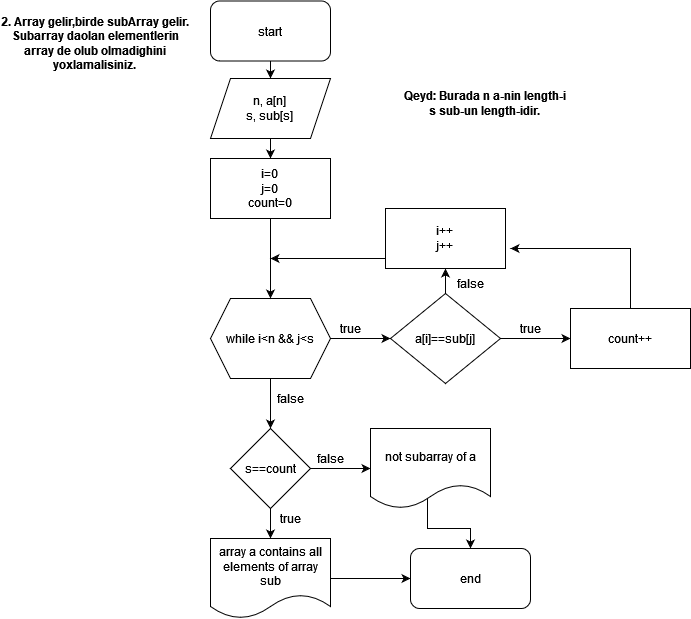
This is task2/task2.png from ibrahimaliyevv2/HometasksFlowChartBigOnotation, a draw.io export, as it was before one commit. Source tidied: cells renumbered, new cells last; positions are measured from the earlier drawing's top-left corner, leaving out a move shared by most shapes.
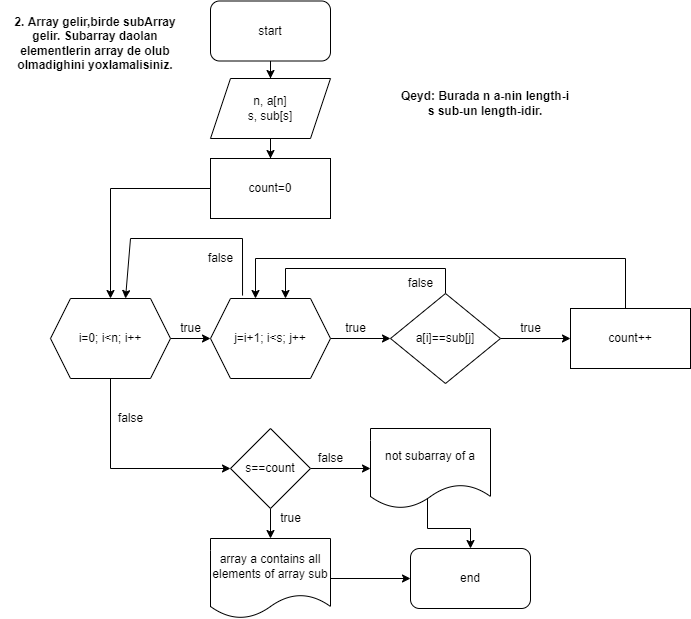
After the change.

What changed in the source:
```diff
@@ -17,51 +17,45 @@
     <mxCell id="6" value="&lt;div&gt;n, a[n]&lt;/div&gt;&lt;div&gt;s, sub[s]&lt;br&gt;&lt;/div&gt;" style="shape=parallelogram;perimeter=parallelogramPerimeter;whiteSpace=wrap;html=1;fixedSize=1;" parent="1" vertex="1">
       <mxGeometry x="210" y="78" width="120" height="60" as="geometry" />
     </mxCell>
-    <mxCell id="7" style="edgeStyle=orthogonalEdgeStyle;rounded=0;jettySize=auto;html=1;" parent="1" edge="1" source="9" target="14">
-      <mxGeometry relative="1" as="geometry" />
-    </mxCell>
+    <mxCell id="34" style="edgeStyle=orthogonalEdgeStyle;rounded=0;jettySize=auto;html=1;entryX=0;entryY=0.5;entryDx=0;entryDy=0;" parent="1" edge="1" source="9" target="37">
+      <mxGeometry relative="1" as="geometry" />
+    </mxCell>
-    <mxCell id="8" style="edgeStyle=orthogonalEdgeStyle;rounded=0;jettySize=auto;html=1;" parent="1" edge="1" source="9" target="22">
-      <mxGeometry relative="1" as="geometry" />
+    <mxCell id="8" style="edgeStyle=orthogonalEdgeStyle;rounded=0;jettySize=auto;html=1;entryX=0;entryY=0.5;entryDx=0;entryDy=0;" parent="1" edge="1" source="9" target="22">
+      <mxGeometry relative="1" as="geometry">
+        <Array as="points">
+          <mxPoint x="110" y="468" />
+        </Array>
+      </mxGeometry>
     </mxCell>
-    <mxCell id="9" value="while i&amp;lt;n &amp;amp;&amp;amp; j&amp;lt;s" style="shape=hexagon;perimeter=hexagonPerimeter2;whiteSpace=wrap;html=1;fixedSize=1;" parent="1" vertex="1">
-      <mxGeometry x="210" y="298" width="120" height="80" as="geometry" />
+    <mxCell id="9" value="i=0; i&amp;lt;n; i++" style="shape=hexagon;perimeter=hexagonPerimeter2;whiteSpace=wrap;html=1;fixedSize=1;" parent="1" vertex="1">
+      <mxGeometry x="50" y="298" width="120" height="80" as="geometry" />
     </mxCell>
-    <mxCell id="10" style="edgeStyle=orthogonalEdgeStyle;rounded=0;jettySize=auto;html=1;" parent="1" edge="1" source="11" target="9">
-      <mxGeometry relative="1" as="geometry" />
-    </mxCell>
+    <mxCell id="35" style="edgeStyle=orthogonalEdgeStyle;rounded=0;jettySize=auto;html=1;" parent="1" edge="1" source="11">
+      <mxGeometry relative="1" as="geometry">
+        <mxPoint x="110" y="298" as="targetPoint" />
+        <Array as="points">
+          <mxPoint x="110" y="188" />
+          <mxPoint x="110" y="298" />
+        </Array>
+      </mxGeometry>
+    </mxCell>
-    <mxCell id="11" value="&lt;div&gt;i=0&lt;/div&gt;&lt;div&gt;j=0&lt;/div&gt;&lt;div&gt;count=0&lt;br&gt;&lt;/div&gt;" style="rounded=0;whiteSpace=wrap;html=1;" parent="1" vertex="1">
+    <mxCell id="11" value="&lt;div&gt;&lt;span&gt;count=0&lt;/span&gt;&lt;br&gt;&lt;/div&gt;" style="rounded=0;whiteSpace=wrap;html=1;" parent="1" vertex="1">
       <mxGeometry x="210" y="158" width="120" height="60" as="geometry" />
     </mxCell>
     <mxCell id="12" style="edgeStyle=orthogonalEdgeStyle;rounded=0;jettySize=auto;html=1;" parent="1" edge="1" source="14" target="18">
       <mxGeometry relative="1" as="geometry" />
     </mxCell>
-    <mxCell id="13" style="edgeStyle=orthogonalEdgeStyle;rounded=0;jettySize=auto;html=1;" parent="1" edge="1" source="14" target="16">
-      <mxGeometry relative="1" as="geometry" />
+    <mxCell id="13" style="edgeStyle=orthogonalEdgeStyle;rounded=0;jettySize=auto;html=1;entryX=0.625;entryY=0;entryDx=0;entryDy=0;" parent="1" edge="1" source="14" target="37">
+      <mxGeometry relative="1" as="geometry">
+        <Array as="points">
+          <mxPoint x="445" y="268" />
+          <mxPoint x="285" y="268" />
+        </Array>
+      </mxGeometry>
     </mxCell>
     <mxCell id="14" value="a[i]==sub[j]" style="rhombus;whiteSpace=wrap;html=1;" parent="1" vertex="1">
       <mxGeometry x="390" y="293" width="110" height="90" as="geometry" />
     </mxCell>
-    <mxCell id="15" style="edgeStyle=orthogonalEdgeStyle;rounded=0;jettySize=auto;html=1;" parent="1" edge="1" source="16">
-      <mxGeometry relative="1" as="geometry">
-        <mxPoint x="270" y="258" as="targetPoint" />
-        <Array as="points">
-          <mxPoint x="360" y="258" />
-          <mxPoint x="360" y="258" />
-        </Array>
-      </mxGeometry>
-    </mxCell>
-    <mxCell id="16" value="&lt;div&gt;i++&lt;/div&gt;&lt;div&gt;j++&lt;br&gt;&lt;/div&gt;" style="whiteSpace=wrap;html=1;" parent="1" vertex="1">
-      <mxGeometry x="385" y="208" width="120" height="60" as="geometry" />
-    </mxCell>
-    <mxCell id="17" style="edgeStyle=orthogonalEdgeStyle;rounded=0;jettySize=auto;html=1;" parent="1" edge="1" source="18">
-      <mxGeometry relative="1" as="geometry">
-        <mxPoint x="510" y="248" as="targetPoint" />
-        <Array as="points">
-          <mxPoint x="630" y="248" />
-          <mxPoint x="510" y="248" />
-        </Array>
-      </mxGeometry>
-    </mxCell>
     <mxCell id="18" value="count++" style="rounded=0;whiteSpace=wrap;html=1;" parent="1" vertex="1">
       <mxGeometry x="570" y="308" width="120" height="60" as="geometry" />
     </mxCell>
@@ -78,7 +72,7 @@
       <mxGeometry x="230" y="428" width="80" height="80" as="geometry" />
     </mxCell>
     <mxCell id="23" value="false" style="text;html=1;align=center;verticalAlign=middle;strokeColor=none;fillColor=none;" parent="1" vertex="1">
-      <mxGeometry x="450" y="273" width="40" height="20" as="geometry" />
+      <mxGeometry x="400" y="273" width="40" height="20" as="geometry" />
     </mxCell>
     <mxCell id="24" style="edgeStyle=orthogonalEdgeStyle;rounded=0;jettySize=auto;html=1;" parent="1" edge="1" source="25" target="30">
       <mxGeometry relative="1" as="geometry" />
@@ -104,11 +98,40 @@
     <mxCell id="31" value="false" style="text;html=1;align=center;verticalAlign=middle;strokeColor=none;fillColor=none;" parent="1" vertex="1">
       <mxGeometry x="310" y="448" width="40" height="20" as="geometry" />
     </mxCell>
-    <mxCell id="32" value="false" style="text;html=1;align=center;verticalAlign=middle;strokeColor=none;fillColor=none;" parent="1" vertex="1">
-      <mxGeometry x="270" y="388" width="40" height="20" as="geometry" />
-    </mxCell>
     <mxCell id="33" value="true" style="text;html=1;align=center;verticalAlign=middle;strokeColor=none;fillColor=none;" parent="1" vertex="1">
-      <mxGeometry x="330" y="318" width="40" height="20" as="geometry" />
+      <mxGeometry x="335" y="318" width="40" height="20" as="geometry" />
     </mxCell>
+    <mxCell id="36" style="edgeStyle=orthogonalEdgeStyle;rounded=0;jettySize=auto;html=1;entryX=0;entryY=0.5;entryDx=0;entryDy=0;" parent="1" edge="1" source="37" target="14">
+      <mxGeometry relative="1" as="geometry" />
+    </mxCell>
+    <mxCell id="37" value="j=i+1; i&amp;lt;s; j++" style="shape=hexagon;perimeter=hexagonPerimeter2;whiteSpace=wrap;html=1;fixedSize=1;" parent="1" vertex="1">
+      <mxGeometry x="210" y="298" width="120" height="80" as="geometry" />
+    </mxCell>
+    <mxCell id="38" style="endArrow=classic;html=1;rounded=0;entryX=0.375;entryY=0;entryDx=0;entryDy=0;" parent="1" edge="1" target="37">
+      <mxGeometry relative="1" as="geometry">
+        <mxPoint x="625" y="308" as="sourcePoint" />
+        <Array as="points">
+          <mxPoint x="625" y="258" />
+          <mxPoint x="255" y="258" />
+        </Array>
+      </mxGeometry>
+    </mxCell>
+    <mxCell id="39" value="true" style="text;html=1;align=center;verticalAlign=middle;strokeColor=none;fillColor=none;" parent="1" vertex="1">
+      <mxGeometry x="170" y="318" width="40" height="20" as="geometry" />
+    </mxCell>
+    <mxCell id="40" value="false" style="text;html=1;align=center;verticalAlign=middle;strokeColor=none;fillColor=none;" parent="1" vertex="1">
+      <mxGeometry x="110" y="408" width="40" height="20" as="geometry" />
+    </mxCell>
+    <mxCell id="41" style="endArrow=classic;html=1;rounded=0;entryX=0.625;entryY=0;entryDx=0;entryDy=0;exitX=0.267;exitY=-0.037;exitDx=0;exitDy=0;exitPerimeter=0;" parent="1" edge="1" source="37" target="9">
+      <mxGeometry relative="1" as="geometry">
+        <Array as="points">
+          <mxPoint x="242" y="238" />
+          <mxPoint x="130" y="238" />
+        </Array>
+      </mxGeometry>
+    </mxCell>
+    <mxCell id="42" value="false" style="text;html=1;align=center;verticalAlign=middle;strokeColor=none;fillColor=none;" parent="1" vertex="1">
+      <mxGeometry x="200" y="248" width="40" height="20" as="geometry" />
+    </mxCell>
   </root>
 </mxGraphModel>
```
